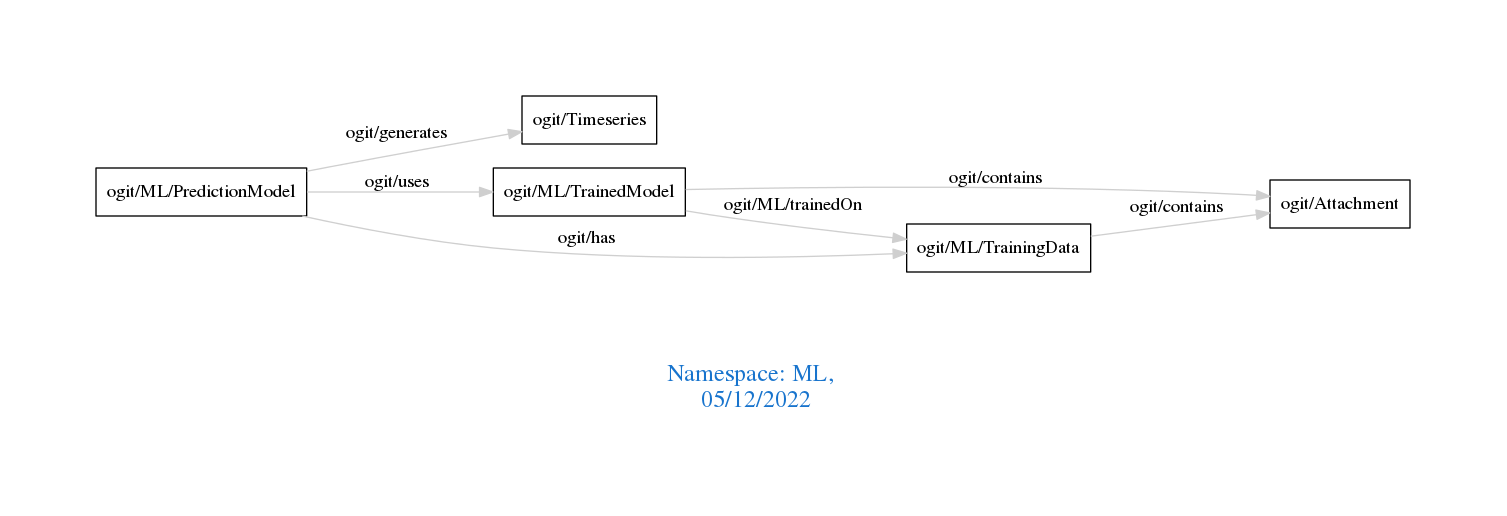
This is downloads/ML.png from arago/OGIT, a Graphviz export, as it was before one commit. Its source is kept beside it as downloads/ML.dot.
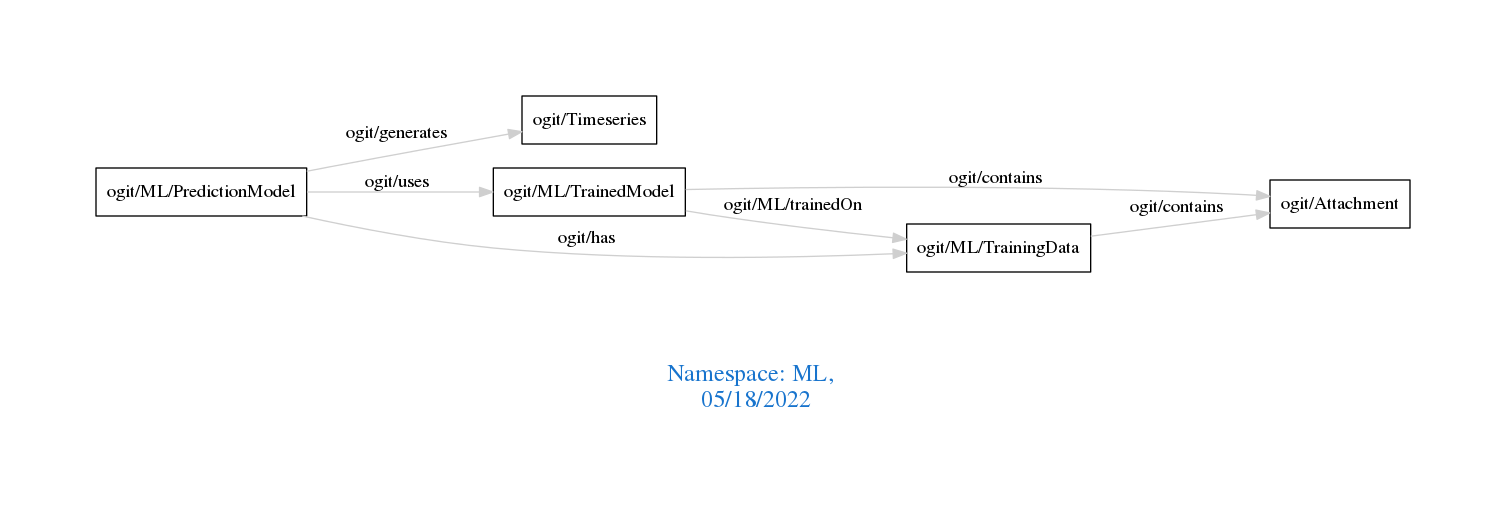
The same diagram one commit later.

Change to the diagram source:
```diff
@@ -1,7 +1,7 @@
 digraph OGIT_ontology {
  graph [ rankdir= LR,pad=1
 fontsize = 18,
-fontcolor= dodgerblue3,label = "\n\n\nNamespace: ML, \n 05/12/2022"];
+fontcolor= dodgerblue3,label = "\n\n\nNamespace: ML, \n 05/18/2022"];
 node[shape=polygon];
 edge [  color="gray81"];
 
```
